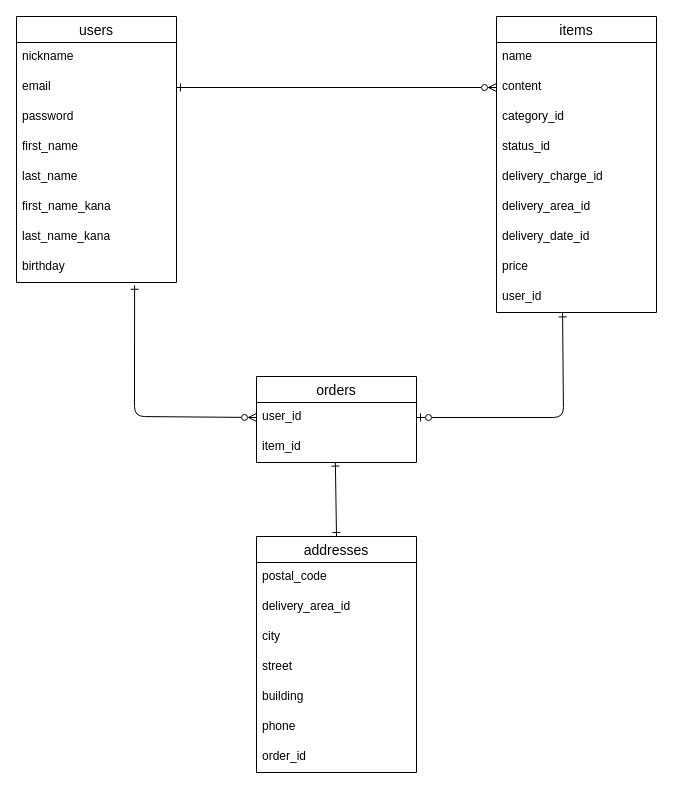
The draw.io diagram test.dio in iwanaga0225/furima-39952, before the edit. Source tidied: cells renumbered, new cells numbered last; positions are measured from the earlier drawing's top-left corner, leaving out a move shared by most shapes. Both pictures are drawn from the tidied source at 100%, with x=0, y=0 at pixel (16, 16).
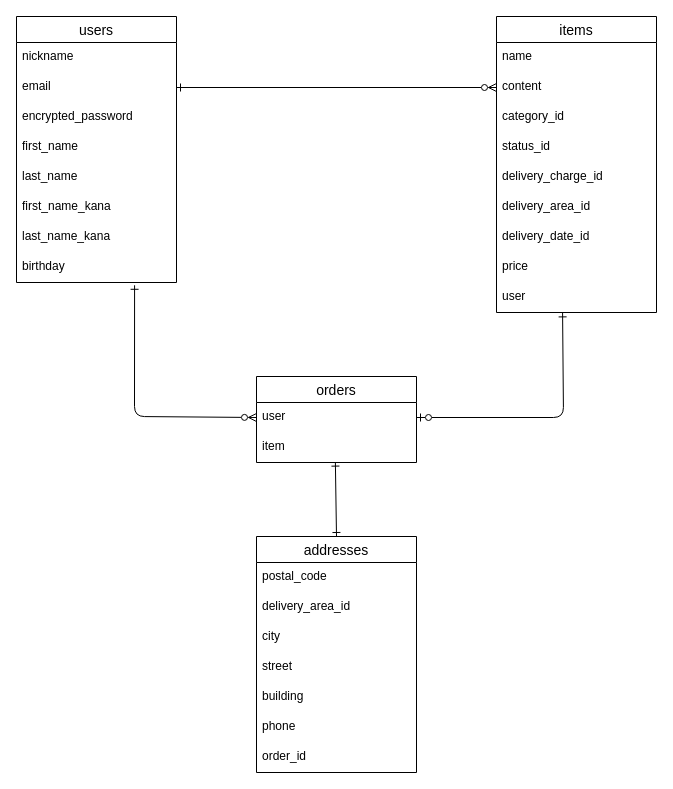
After the change.

Unchanged cells that the change refers to:
```xml
<mxCell id="2" value="users" style="swimlane;fontStyle=0;horizontal=1;startSize=26;align=center;fontSize=14;" parent="1" vertex="1">
  <mxGeometry width="160" height="266" as="geometry" />
</mxCell>
<mxCell id="11" value="items" style="swimlane;fontStyle=0;horizontal=1;startSize=26;align=center;fontSize=14;" parent="1" vertex="1">
  <mxGeometry x="480" width="160" height="296" as="geometry" />
</mxCell>
<mxCell id="22" value="orders" style="swimlane;fontStyle=0;horizontal=1;startSize=26;align=center;fontSize=14;" parent="1" vertex="1">
  <mxGeometry x="240" y="360" width="160" height="86" as="geometry" />
</mxCell>
```

The edit, as a diff of the source:
```diff
@@
-    <mxCell id="5" value="password" style="text;strokeColor=none;fillColor=none;spacingLeft=4;spacingRight=4;overflow=hidden;fontSize=12;" parent="2" vertex="1">
+    <mxCell id="5" value="encrypted_password" style="text;strokeColor=none;fillColor=none;spacingLeft=4;spacingRight=4;overflow=hidden;fontSize=12;" parent="2" vertex="1">
       <mxGeometry y="86" width="160" height="30" as="geometry" />
     </mxCell>
@@
-    <mxCell id="20" value="user_id" style="text;strokeColor=none;fillColor=none;spacingLeft=4;spacingRight=4;overflow=hidden;points=[[0,0.5],[1,0.5]];portConstraint=eastwest;fontSize=12;" parent="11" vertex="1">
+    <mxCell id="20" value="user" style="text;strokeColor=none;fillColor=none;spacingLeft=4;spacingRight=4;overflow=hidden;points=[[0,0.5],[1,0.5]];portConstraint=eastwest;fontSize=12;" parent="11" vertex="1">
       <mxGeometry y="266" width="160" height="30" as="geometry" />
     </mxCell>
@@
-    <mxCell id="23" value="user_id" style="text;strokeColor=none;fillColor=none;spacingLeft=4;spacingRight=4;overflow=hidden;points=[[0,0.5],[1,0.5]];portConstraint=eastwest;fontSize=12;" parent="22" vertex="1">
+    <mxCell id="23" value="user" style="text;strokeColor=none;fillColor=none;spacingLeft=4;spacingRight=4;overflow=hidden;points=[[0,0.5],[1,0.5]];portConstraint=eastwest;fontSize=12;" parent="22" vertex="1">
       <mxGeometry y="26" width="160" height="30" as="geometry" />
     </mxCell>
-    <mxCell id="24" value="item_id" style="text;strokeColor=none;fillColor=none;spacingLeft=4;spacingRight=4;overflow=hidden;points=[[0,0.5],[1,0.5]];portConstraint=eastwest;fontSize=12;" parent="22" vertex="1">
+    <mxCell id="24" value="item" style="text;strokeColor=none;fillColor=none;spacingLeft=4;spacingRight=4;overflow=hidden;points=[[0,0.5],[1,0.5]];portConstraint=eastwest;fontSize=12;" parent="22" vertex="1">
       <mxGeometry y="56" width="160" height="30" as="geometry" />
     </mxCell>
```
